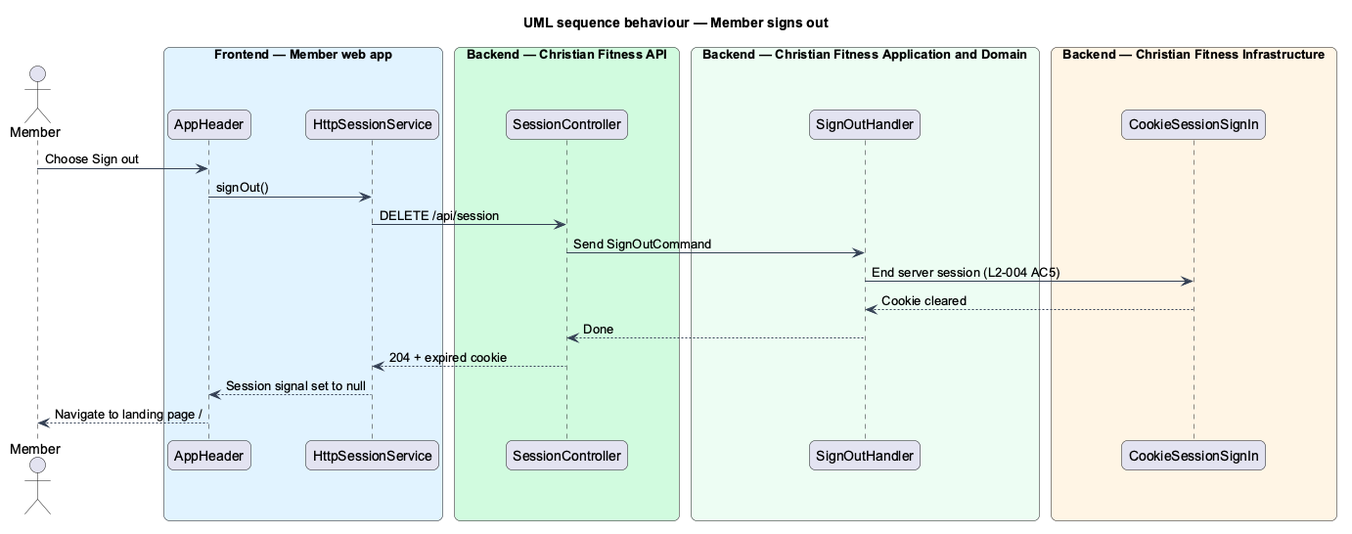
QuinntyneBrown/christian-fitness keeps this PlantUML diagram as docs/detailed-designs/member-access/sign-in-and-out/diagrams/sequence-sign-out.png. Above is the earlier version. The source it was exported from:
```plantuml
@startuml
title UML sequence behaviour — Member signs out
skinparam backgroundColor #FFFFFF
skinparam shadowing false
skinparam roundcorner 12
skinparam defaultFontName Arial
skinparam ArrowColor #344054
skinparam rectangle {
  BorderColor #344054
  FontColor #101828
}
skinparam package {
  BorderColor #667085
  FontColor #101828
  BackgroundColor #F9FAFB
}
actor "Member" as actor
box "Frontend — Member web app" #E0F2FE
  participant "AppHeader" as page
  participant "HttpSessionService" as client
end box
box "Backend — Christian Fitness API" #D1FADF
  participant "SessionController" as ctrl
end box
box "Backend — Christian Fitness Application and Domain" #ECFDF3
  participant "SignOutHandler" as h
end box
box "Backend — Christian Fitness Infrastructure" #FFF4E5
  participant "CookieSessionSignIn" as sess
end box
actor -> page : Choose Sign out
page -> client : signOut()
client -> ctrl : DELETE /api/session
ctrl -> h : Send SignOutCommand
h -> sess : End server session (L2-004 AC5)
sess --> h : Cookie cleared
h --> ctrl : Done
ctrl --> client : 204 + expired cookie
client --> page : Session signal set to null
page --> actor : Navigate to landing page /
@enduml
```
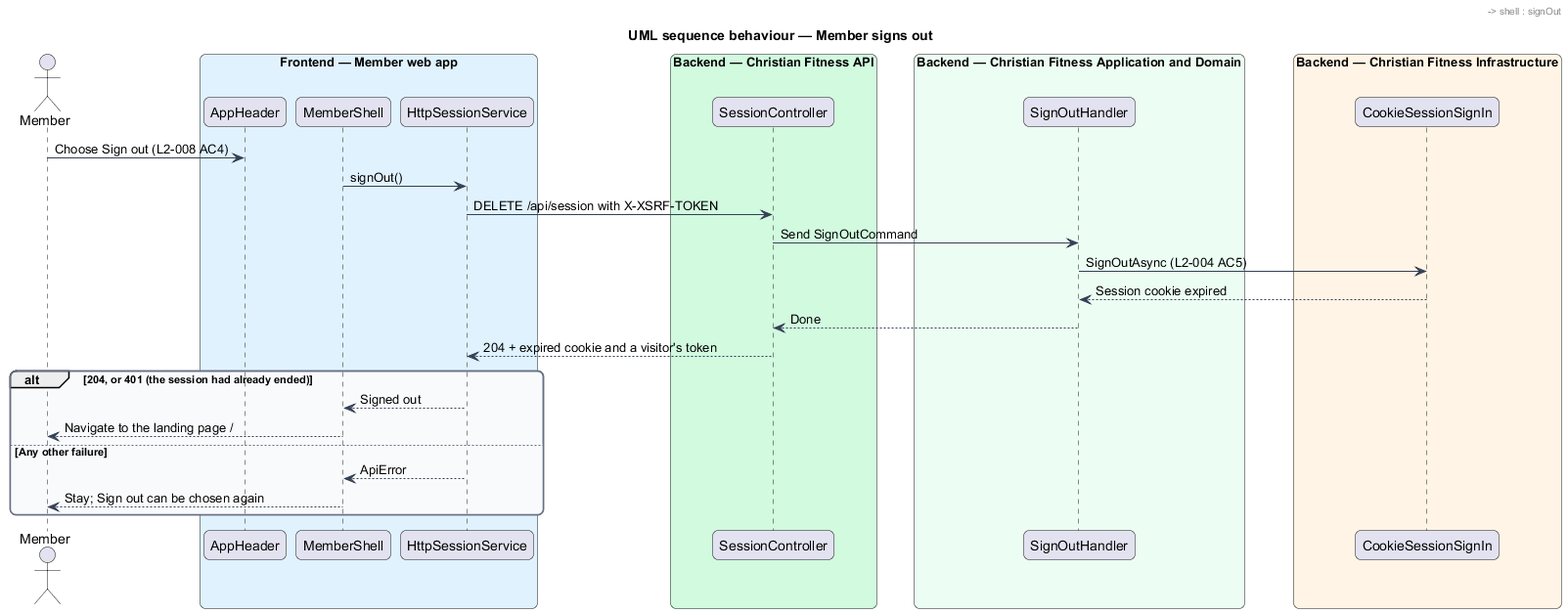
After the commit.

What changed in the source:
```diff
@@ -16,7 +16,8 @@
 }
 actor "Member" as actor
 box "Frontend — Member web app" #E0F2FE
-  participant "AppHeader" as page
+  participant "AppHeader" as header
+  participant "MemberShell" as shell
   participant "HttpSessionService" as client
 end box
 box "Backend — Christian Fitness API" #D1FADF
@@ -28,14 +29,20 @@
 box "Backend — Christian Fitness Infrastructure" #FFF4E5
   participant "CookieSessionSignIn" as sess
 end box
-actor -> page : Choose Sign out
-page -> client : signOut()
-client -> ctrl : DELETE /api/session
+actor -> header : Choose Sign out (L2-008 AC4)
+header -> shell : signOut
+shell -> client : signOut()
+client -> ctrl : DELETE /api/session with X-XSRF-TOKEN
 ctrl -> h : Send SignOutCommand
-h -> sess : End server session (L2-004 AC5)
-sess --> h : Cookie cleared
+h -> sess : SignOutAsync (L2-004 AC5)
+sess --> h : Session cookie expired
 h --> ctrl : Done
-ctrl --> client : 204 + expired cookie
-client --> page : Session signal set to null
-page --> actor : Navigate to landing page /
+ctrl --> client : 204 + expired cookie and a visitor's token
+alt 204, or 401 (the session had already ended)
+  client --> shell : Signed out
+  shell --> actor : Navigate to the landing page /
+else Any other failure
+  client --> shell : ApiError
+  shell --> actor : Stay; Sign out can be chosen again
+end
 @enduml
```
